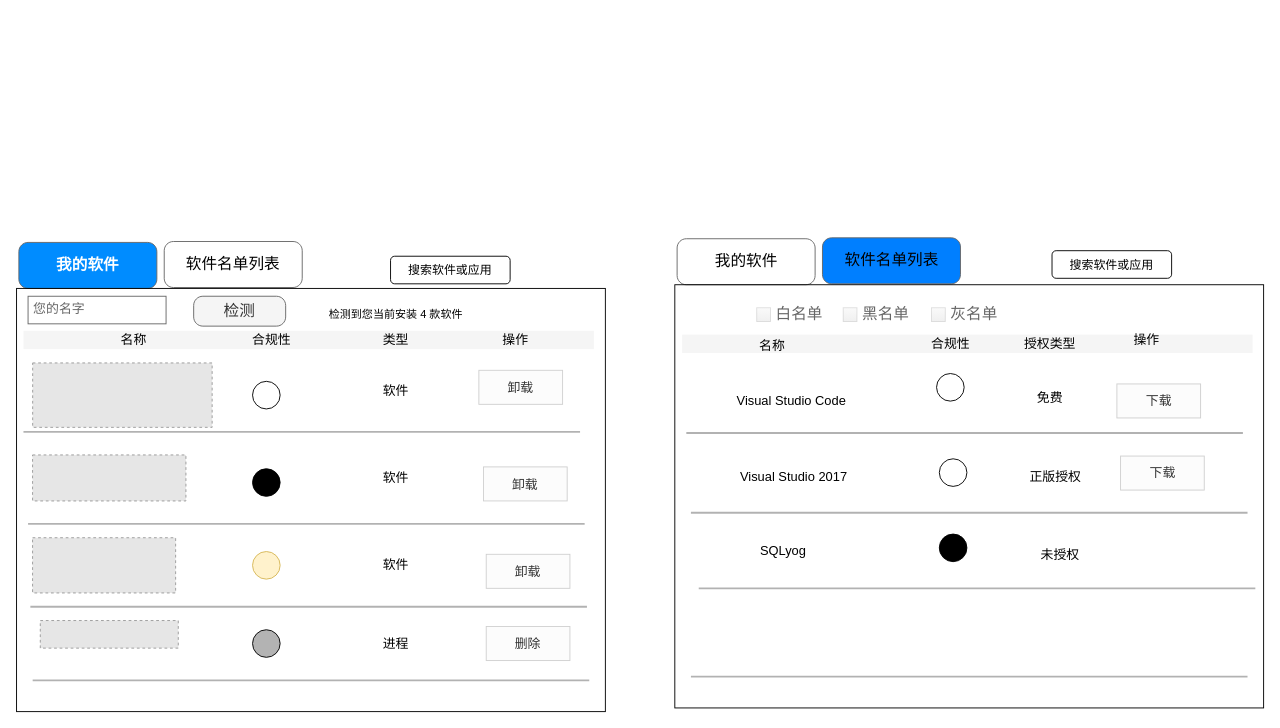
Before: page "客户端" (1 of 3) of 正版软件管理.drawio in mashifei/uml, a draw.io diagram. Source tidied: cells renumbered, new cells numbered last; positions are measured from the earlier drawing's top-left corner, leaving out a move shared by most shapes. Both pictures are drawn from the tidied source at 92%, with x=0, y=0 at pixel (17, 237). Pictures stored in the file or linked from it are replaced by grey dashed boxes.
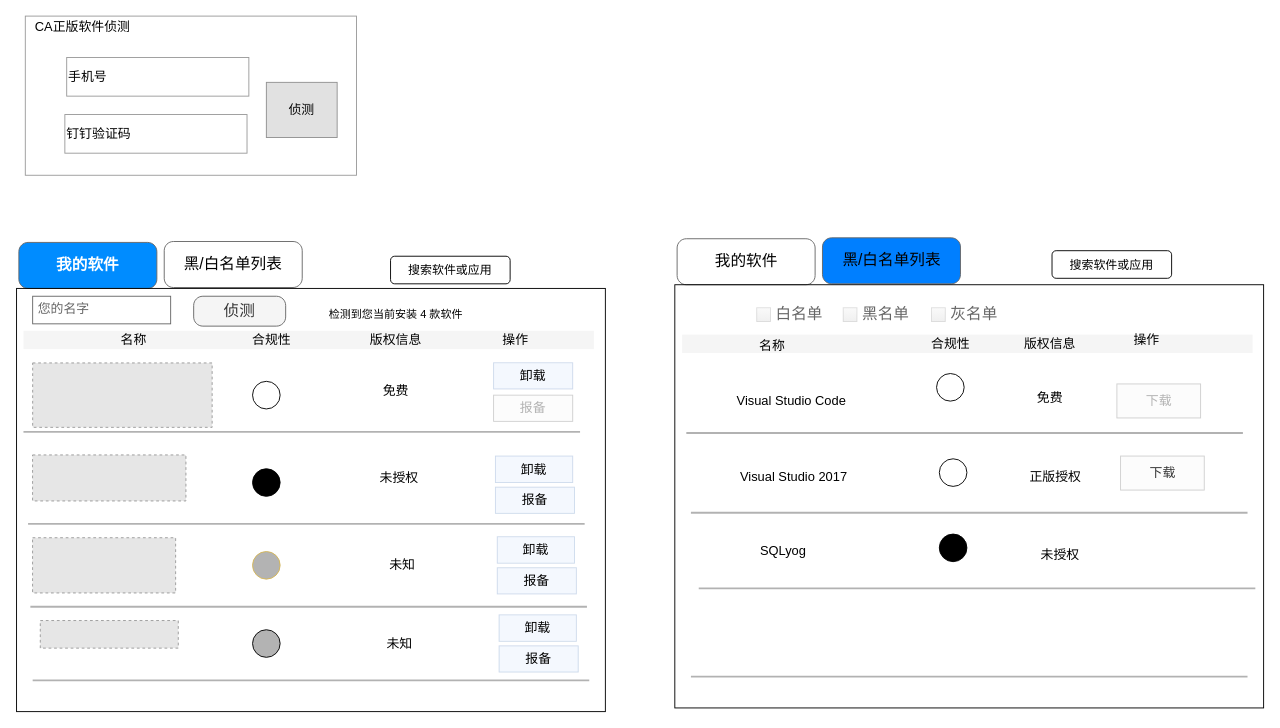
Above is the later version.

Commit message:
更新正版软件管理.drawio

The edit, as a diff of the source:
```diff
@@
-    <mxCell id="3" value="&lt;span style=&quot;color: rgb(0 , 0 , 0)&quot;&gt;软件名单列表&lt;/span&gt;" style="strokeWidth=1;shadow=0;dashed=0;align=center;html=1;shape=mxgraph.mockup.buttons.button;strokeColor=#666666;fontColor=#ffffff;mainText=;buttonStyle=round;fontSize=17;fontStyle=0;whiteSpace=wrap;fillColor=none;" parent="1" vertex="1">
+    <mxCell id="3" value="&lt;span style=&quot;color: rgb(0 , 0 , 0)&quot;&gt;黑/白名单列表&lt;/span&gt;" style="strokeWidth=1;shadow=0;dashed=0;align=center;html=1;shape=mxgraph.mockup.buttons.button;strokeColor=#666666;fontColor=#ffffff;mainText=;buttonStyle=round;fontSize=17;fontStyle=0;whiteSpace=wrap;fillColor=none;" parent="1" vertex="1">
       <mxGeometry x="160" y="4" width="150" height="50" as="geometry" />
     </mxCell>
@@
     <mxCell id="6" value="您的名字" style="strokeWidth=1;shadow=0;dashed=0;align=center;html=1;shape=mxgraph.mockup.text.textBox;fontColor=#666666;align=left;fontSize=14;spacingLeft=4;spacingTop=-3;strokeColor=#666666;mainText=;fillColor=none;" parent="1" vertex="1">
-      <mxGeometry x="12" y="63.5" width="150" height="30" as="geometry" />
+      <mxGeometry x="17" y="63.5" width="150" height="30" as="geometry" />
     </mxCell>
-    <mxCell id="7" value="检测" style="strokeWidth=1;shadow=0;dashed=0;align=center;html=1;shape=mxgraph.mockup.buttons.button;strokeColor=#666666;fontColor=#333333;mainText=;buttonStyle=round;fontSize=17;fontStyle=0;fillColor=#f5f5f5;whiteSpace=wrap;" parent="1" vertex="1">
+    <mxCell id="7" value="侦测" style="strokeWidth=1;shadow=0;dashed=0;align=center;html=1;shape=mxgraph.mockup.buttons.button;strokeColor=#666666;fontColor=#333333;mainText=;buttonStyle=round;fontSize=17;fontStyle=0;fillColor=#f5f5f5;whiteSpace=wrap;" parent="1" vertex="1">
       <mxGeometry x="192" y="63.5" width="100" height="32.5" as="geometry" />
     </mxCell>
@@
-    <mxCell id="20" style="ellipse;whiteSpace=wrap;html=1;shadow=0;sketch=0;fontSize=14;fillColor=#fff2cc;strokeColor=#d6b656;" parent="1" vertex="1">
+    <mxCell id="20" style="ellipse;whiteSpace=wrap;html=1;shadow=0;sketch=0;fontSize=14;strokeColor=#d6b656;fillColor=#B3B3B3;" parent="1" vertex="1">
       <mxGeometry x="256" y="341" width="30" height="30" as="geometry" />
     </mxCell>
@@
-    <mxCell id="22" value="类型" style="text;html=1;strokeColor=none;fillColor=none;align=center;verticalAlign=middle;whiteSpace=wrap;rounded=0;shadow=0;sketch=0;fontSize=14;" parent="1" vertex="1">
+    <mxCell id="22" value="版权信息" style="text;html=1;strokeColor=none;fillColor=none;align=center;verticalAlign=middle;whiteSpace=wrap;rounded=0;shadow=0;sketch=0;fontSize=14;" parent="1" vertex="1">
       <mxGeometry x="327" y="101" width="170" height="20" as="geometry" />
     </mxCell>
-    <mxCell id="23" value="软件" style="text;html=1;strokeColor=none;fillColor=none;align=center;verticalAlign=middle;whiteSpace=wrap;rounded=0;shadow=0;sketch=0;fontSize=14;opacity=30;" parent="1" vertex="1">
+    <mxCell id="23" value="免费" style="text;html=1;strokeColor=none;fillColor=none;align=center;verticalAlign=middle;whiteSpace=wrap;rounded=0;shadow=0;sketch=0;fontSize=14;opacity=30;" parent="1" vertex="1">
       <mxGeometry x="392" y="156" width="40" height="20" as="geometry" />
     </mxCell>
-    <mxCell id="24" value="软件" style="text;html=1;strokeColor=none;fillColor=none;align=center;verticalAlign=middle;whiteSpace=wrap;rounded=0;shadow=0;sketch=0;fontSize=14;opacity=30;" parent="1" vertex="1">
-      <mxGeometry x="392" y="251" width="40" height="20" as="geometry" />
+    <mxCell id="24" value="未授权" style="text;html=1;strokeColor=none;fillColor=none;align=center;verticalAlign=middle;whiteSpace=wrap;rounded=0;shadow=0;sketch=0;fontSize=14;opacity=30;" parent="1" vertex="1">
+      <mxGeometry x="392" y="251" width="47" height="20" as="geometry" />
     </mxCell>
-    <mxCell id="25" value="软件" style="text;html=1;strokeColor=none;fillColor=none;align=center;verticalAlign=middle;whiteSpace=wrap;rounded=0;shadow=0;sketch=0;fontSize=14;opacity=30;" parent="1" vertex="1">
-      <mxGeometry x="392" y="346" width="40" height="20" as="geometry" />
+    <mxCell id="25" value="未知" style="text;html=1;strokeColor=none;fillColor=none;align=center;verticalAlign=middle;whiteSpace=wrap;rounded=0;shadow=0;sketch=0;fontSize=14;opacity=30;" parent="1" vertex="1">
+      <mxGeometry x="390" y="346" width="58" height="20" as="geometry" />
     </mxCell>
@@
-    <mxCell id="28" value="进程" style="text;html=1;strokeColor=none;fillColor=none;align=center;verticalAlign=middle;whiteSpace=wrap;rounded=0;shadow=0;sketch=0;fontSize=14;opacity=30;" parent="1" vertex="1">
-      <mxGeometry x="392" y="431" width="40" height="20" as="geometry" />
+    <mxCell id="28" value="未知" style="text;html=1;strokeColor=none;fillColor=none;align=center;verticalAlign=middle;whiteSpace=wrap;rounded=0;shadow=0;sketch=0;fontSize=14;opacity=30;" parent="1" vertex="1">
+      <mxGeometry x="395.5" y="431" width="40" height="20" as="geometry" />
     </mxCell>
@@
-    <mxCell id="30" value="卸载" style="rounded=0;whiteSpace=wrap;html=1;shadow=0;sketch=0;fillColor=#f5f5f5;fontSize=14;opacity=30;strokeColor=#666666;fontColor=#333333;" parent="1" vertex="1">
-      <mxGeometry x="502" y="144" width="91" height="37" as="geometry" />
+    <mxCell id="30" value="卸载" style="rounded=0;whiteSpace=wrap;html=1;shadow=0;sketch=0;fillColor=#dae8fc;fontSize=14;opacity=30;strokeColor=#6c8ebf;" parent="1" vertex="1">
+      <mxGeometry x="518" y="135.8" width="86" height="28.5" as="geometry" />
     </mxCell>
-    <mxCell id="31" value="卸载" style="rounded=0;whiteSpace=wrap;html=1;shadow=0;sketch=0;fillColor=#f5f5f5;fontSize=14;opacity=30;strokeColor=#666666;fontColor=#333333;" parent="1" vertex="1">
-      <mxGeometry x="507" y="249" width="91" height="37" as="geometry" />
+    <mxCell id="31" value="卸载" style="rounded=0;whiteSpace=wrap;html=1;shadow=0;sketch=0;fillColor=#dae8fc;fontSize=14;opacity=30;strokeColor=#6c8ebf;" parent="1" vertex="1">
+      <mxGeometry x="520" y="237.2" width="84" height="28.8" as="geometry" />
     </mxCell>
-    <mxCell id="32" value="卸载" style="rounded=0;whiteSpace=wrap;html=1;shadow=0;sketch=0;fillColor=#f5f5f5;fontSize=14;opacity=30;strokeColor=#666666;fontColor=#333333;" parent="1" vertex="1">
-      <mxGeometry x="510" y="344" width="91" height="37" as="geometry" />
-    </mxCell>
-    <mxCell id="33" value="删除" style="rounded=0;whiteSpace=wrap;html=1;shadow=0;sketch=0;fillColor=#f5f5f5;fontSize=14;opacity=30;strokeColor=#666666;fontColor=#333333;" parent="1" vertex="1">
-      <mxGeometry x="510" y="422.5" width="91" height="37" as="geometry" />
-    </mxCell>
@@
-    <mxCell id="35" value="&lt;font color=&quot;#000000&quot;&gt;软件名单列表&lt;/font&gt;" style="strokeWidth=1;shadow=0;dashed=0;align=center;html=1;shape=mxgraph.mockup.buttons.button;strokeColor=#666666;fontColor=#ffffff;mainText=;buttonStyle=round;fontSize=17;fontStyle=0;whiteSpace=wrap;fillColor=#007FFF;" parent="1" vertex="1">
+    <mxCell id="35" value="&lt;font color=&quot;#000000&quot;&gt;黑/白名单列表&lt;/font&gt;" style="strokeWidth=1;shadow=0;dashed=0;align=center;html=1;shape=mxgraph.mockup.buttons.button;strokeColor=#666666;fontColor=#ffffff;mainText=;buttonStyle=round;fontSize=17;fontStyle=0;whiteSpace=wrap;fillColor=#007FFF;" parent="1" vertex="1">
       <mxGeometry x="875.5" width="150" height="50" as="geometry" />
     </mxCell>
@@
     <mxCell id="40" value="名称" style="text;html=1;strokeColor=none;fillColor=none;align=center;verticalAlign=middle;whiteSpace=wrap;rounded=0;shadow=0;sketch=0;fontSize=14;" parent="1" vertex="1">
-      <mxGeometry x="736.3" y="107.2" width="170" height="20" as="geometry" />
+      <mxGeometry x="736" y="107.2" width="170.3" height="20" as="geometry" />
     </mxCell>
@@
-    <mxCell id="43" value="授权类型" style="text;html=1;strokeColor=none;fillColor=none;align=center;verticalAlign=middle;whiteSpace=wrap;rounded=0;shadow=0;sketch=0;fontSize=14;" parent="1" vertex="1">
+    <mxCell id="43" value="版权信息" style="text;html=1;strokeColor=none;fillColor=none;align=center;verticalAlign=middle;whiteSpace=wrap;rounded=0;shadow=0;sketch=0;fontSize=14;" parent="1" vertex="1">
       <mxGeometry x="1038" y="105" width="170" height="20" as="geometry" />
     </mxCell>
@@
-    <mxCell id="47" value="下载" style="rounded=0;whiteSpace=wrap;html=1;shadow=0;sketch=0;fillColor=#f5f5f5;fontSize=14;opacity=30;strokeColor=#666666;fontColor=#333333;" parent="1" vertex="1">
+    <mxCell id="47" value="&lt;font color=&quot;#b3b3b3&quot;&gt;下载&lt;/font&gt;" style="rounded=0;whiteSpace=wrap;html=1;shadow=0;sketch=0;fillColor=#f5f5f5;fontSize=14;opacity=30;strokeColor=#666666;fontColor=#333333;" parent="1" vertex="1">
       <mxGeometry x="1195.5" y="158.8" width="91" height="37" as="geometry" />
     </mxCell>
@@
+    <mxCell id="61" value="&lt;font color=&quot;#b3b3b3&quot;&gt;报备&lt;/font&gt;" style="rounded=0;whiteSpace=wrap;html=1;shadow=0;sketch=0;fontSize=14;opacity=30;fillColor=#f5f5f5;strokeColor=#666666;fontColor=#333333;" parent="1" vertex="1">
+      <mxGeometry x="518" y="171" width="86" height="28.5" as="geometry" />
+    </mxCell>
+    <mxCell id="62" value="报备" style="rounded=0;whiteSpace=wrap;html=1;shadow=0;sketch=0;fontSize=14;opacity=30;strokeColor=#6c8ebf;fillColor=#dae8fc;" parent="1" vertex="1">
+      <mxGeometry x="520" y="271" width="86" height="28.5" as="geometry" />
+    </mxCell>
+    <mxCell id="63" value="卸载" style="rounded=0;whiteSpace=wrap;html=1;shadow=0;sketch=0;fillColor=#dae8fc;fontSize=14;opacity=30;strokeColor=#6c8ebf;" parent="1" vertex="1">
+      <mxGeometry x="522" y="324.9" width="84" height="28.8" as="geometry" />
+    </mxCell>
+    <mxCell id="64" value="报备" style="rounded=0;whiteSpace=wrap;html=1;shadow=0;sketch=0;fillColor=#dae8fc;fontSize=14;opacity=30;strokeColor=#6c8ebf;" parent="1" vertex="1">
+      <mxGeometry x="522" y="358.6" width="86" height="28.5" as="geometry" />
+    </mxCell>
+    <mxCell id="65" value="卸载" style="rounded=0;whiteSpace=wrap;html=1;shadow=0;sketch=0;fillColor=#dae8fc;fontSize=14;opacity=30;strokeColor=#6c8ebf;" parent="1" vertex="1">
+      <mxGeometry x="524" y="409.8" width="84" height="28.8" as="geometry" />
+    </mxCell>
+    <mxCell id="66" value="&lt;font color=&quot;#000000&quot;&gt;报备&lt;/font&gt;" style="rounded=0;whiteSpace=wrap;html=1;shadow=0;sketch=0;fillColor=#dae8fc;fontSize=14;opacity=30;strokeColor=#6c8ebf;" parent="1" vertex="1">
+      <mxGeometry x="524" y="443.5" width="86" height="28.5" as="geometry" />
+    </mxCell>
+    <mxCell id="67" style="rounded=0;whiteSpace=wrap;html=1;shadow=0;sketch=0;fontSize=14;opacity=40;align=center;" parent="1" vertex="1">
+      <mxGeometry x="9" y="-241" width="360" height="173" as="geometry" />
+    </mxCell>
+    <mxCell id="68" value="手机号" style="rounded=0;whiteSpace=wrap;html=1;shadow=0;sketch=0;fontSize=14;opacity=40;align=left;" parent="1" vertex="1">
+      <mxGeometry x="54" y="-196" width="198" height="42" as="geometry" />
+    </mxCell>
+    <mxCell id="69" value="钉钉验证码" style="rounded=0;whiteSpace=wrap;html=1;shadow=0;sketch=0;fontSize=14;opacity=40;align=left;" parent="1" vertex="1">
+      <mxGeometry x="52" y="-134" width="198" height="42" as="geometry" />
+    </mxCell>
+    <mxCell id="70" value="侦测" style="rounded=0;whiteSpace=wrap;html=1;shadow=0;sketch=0;strokeColor=#000000;fillColor=#B3B3B3;fontSize=14;fontColor=#000000;opacity=40;align=center;" parent="1" vertex="1">
+      <mxGeometry x="271" y="-169" width="77" height="60" as="geometry" />
+    </mxCell>
+    <mxCell id="71" value="CA正版软件侦测" style="text;html=1;strokeColor=none;fillColor=none;align=center;verticalAlign=middle;whiteSpace=wrap;rounded=0;shadow=0;sketch=0;fontSize=14;fontColor=#000000;opacity=40;" parent="1" vertex="1">
+      <mxGeometry x="12" y="-239" width="119" height="20" as="geometry" />
+    </mxCell>
```
